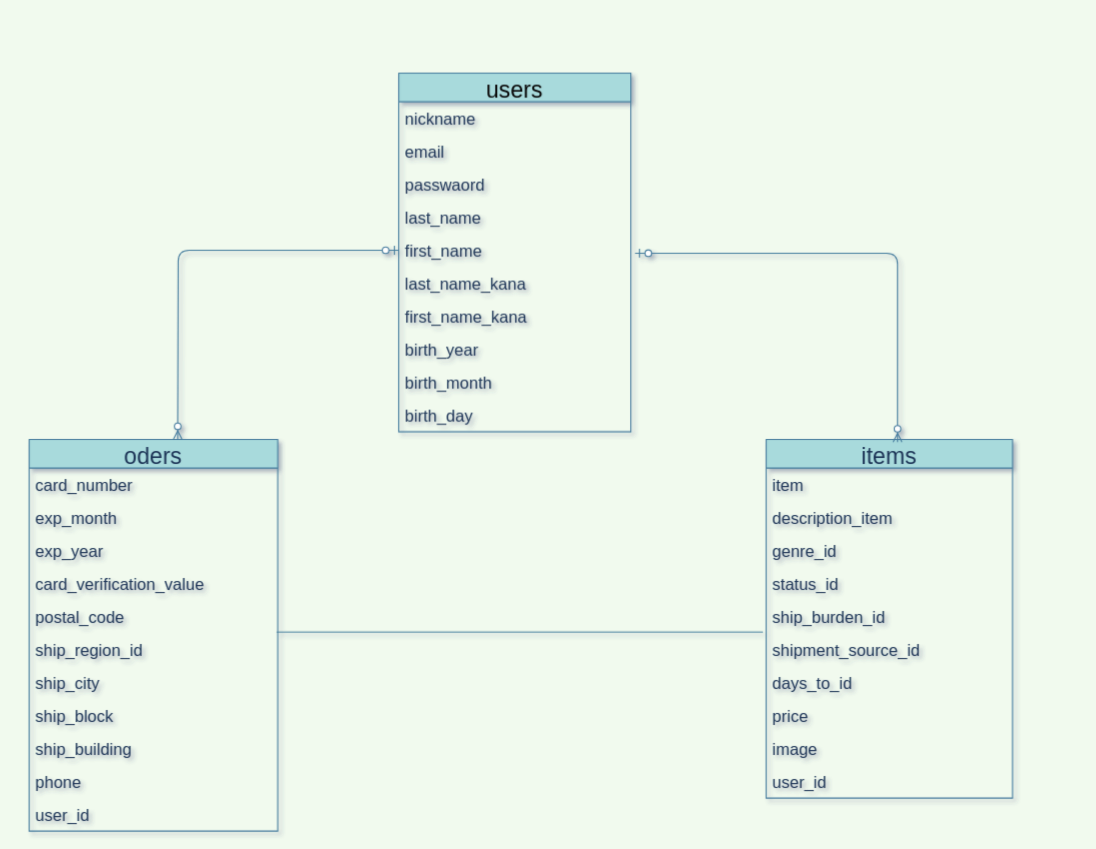
murasan1008/furima-30604 keeps this draw.io diagram as ER.dio. Above is the earlier version. Source tidied: cells renumbered, new cells numbered last; positions are measured from the earlier drawing's top-left corner, leaving out a move shared by most shapes. Both pictures are drawn from the tidied source at 110%, with x=0, y=0 at pixel (29, 73).
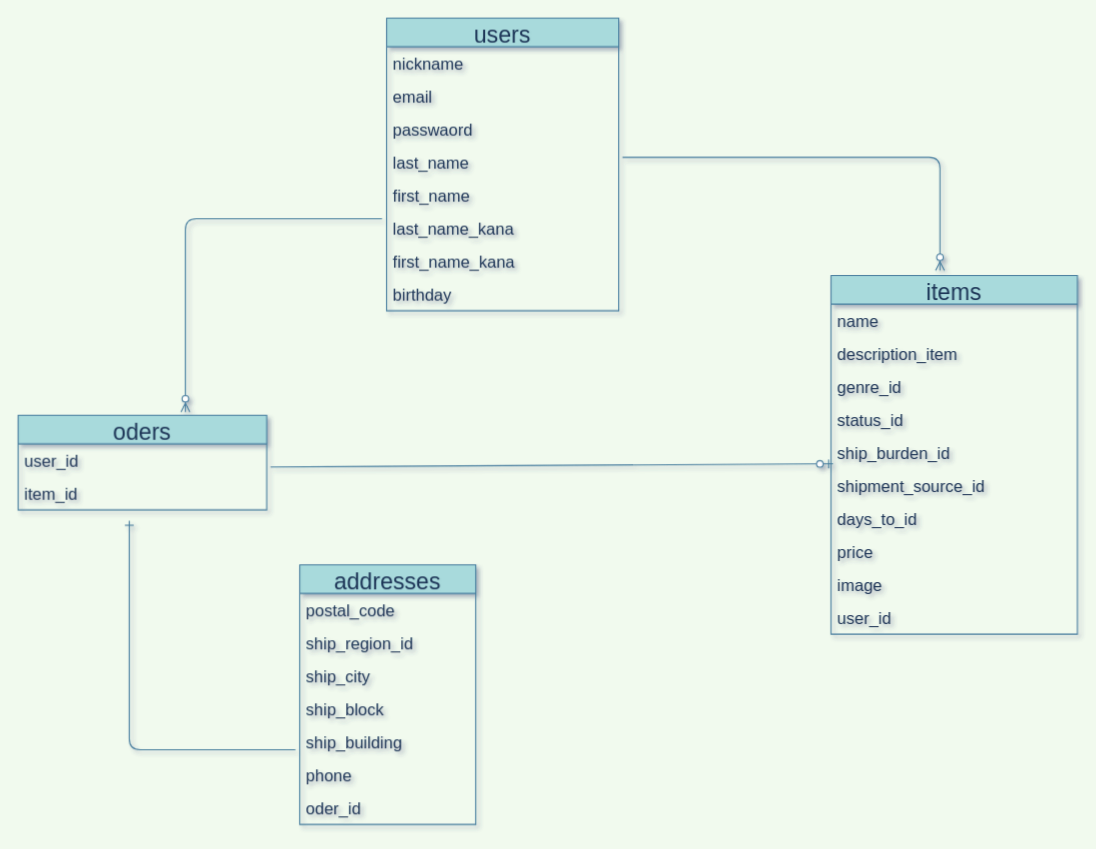
The same diagram, later.

Commit message (it also covers changes not shown here):
ER図、REREADME修正

Unchanged cells that the change refers to:
```xml
<mxCell id="6" value="last_name" style="text;strokeColor=none;fillColor=none;spacingLeft=4;spacingRight=4;overflow=hidden;points=[[0,0.5],[1,0.5]];portConstraint=eastwest;fontSize=15;fontColor=#1D3557;" parent="2" vertex="1">
  <mxGeometry y="116" width="211" height="30" as="geometry" />
</mxCell>
<mxCell id="7" value="first_name" style="text;strokeColor=none;fillColor=none;spacingLeft=4;spacingRight=4;overflow=hidden;points=[[0,0.5],[1,0.5]];portConstraint=eastwest;fontSize=15;fontColor=#1D3557;" parent="2" vertex="1">
  <mxGeometry y="146" width="211" height="30" as="geometry" />
</mxCell>
<mxCell id="8" value="last_name_kana" style="text;strokeColor=none;fillColor=none;spacingLeft=4;spacingRight=4;overflow=hidden;points=[[0,0.5],[1,0.5]];portConstraint=eastwest;fontSize=15;fontColor=#1D3557;" parent="2" vertex="1">
  <mxGeometry y="176" width="211" height="30" as="geometry" />
</mxCell>
<mxCell id="30" value="ship_burden_id" style="text;strokeColor=none;fillColor=none;spacingLeft=4;spacingRight=4;overflow=hidden;points=[[0,0.5],[1,0.5]];portConstraint=eastwest;fontSize=15;fontColor=#1D3557;" parent="25" vertex="1">
  <mxGeometry y="146" width="224" height="30" as="geometry" />
</mxCell>
```

What changed in the source:
```diff
@@
-    <mxCell id="2" value="users" style="swimlane;fontStyle=0;horizontal=1;startSize=26;align=center;fontSize=21;fillColor=#A8DADC;strokeColor=#457B9D;fontColor=#080808;labelBackgroundColor=none;labelBorderColor=none;" parent="1" vertex="1">
-      <mxGeometry x="336" width="211" height="326" as="geometry" />
+    <mxCell id="2" value="users" style="swimlane;fontStyle=0;horizontal=1;startSize=26;align=center;fontSize=21;fillColor=#A8DADC;strokeColor=#457B9D;fontColor=#1D3557;labelBackgroundColor=none;labelBorderColor=none;" parent="1" vertex="1">
+      <mxGeometry x="325" y="-50" width="211" height="266" as="geometry" />
     </mxCell>
@@
-    <mxCell id="10" value="birth_year" style="text;strokeColor=none;fillColor=none;spacingLeft=4;spacingRight=4;overflow=hidden;fontSize=15;fontColor=#1D3557;" parent="2" vertex="1">
+    <mxCell id="10" value="birthday" style="text;strokeColor=none;fillColor=none;spacingLeft=4;spacingRight=4;overflow=hidden;fontSize=15;fontColor=#1D3557;" parent="2" vertex="1">
       <mxGeometry y="236" width="211" height="30" as="geometry" />
     </mxCell>
-    <mxCell id="11" value="birth_month" style="text;strokeColor=none;fillColor=none;spacingLeft=4;spacingRight=4;overflow=hidden;fontSize=15;fontColor=#1D3557;" parent="2" vertex="1">
-      <mxGeometry y="266" width="211" height="30" as="geometry" />
-    </mxCell>
-    <mxCell id="12" value="birth_day" style="text;strokeColor=none;fillColor=none;spacingLeft=4;spacingRight=4;overflow=hidden;fontSize=15;fontColor=#1D3557;" parent="2" vertex="1">
-      <mxGeometry y="296" width="211" height="30" as="geometry" />
-    </mxCell>
-    <mxCell id="13" value="oders" style="swimlane;fontStyle=0;horizontal=1;startSize=26;align=center;fontSize=21;fillColor=#A8DADC;strokeColor=#457B9D;fontColor=#1D3557;" parent="1" vertex="1">
-      <mxGeometry y="333" width="226" height="356" as="geometry" />
-    </mxCell>
-    <mxCell id="14" value="card_number" style="text;strokeColor=none;fillColor=none;spacingLeft=4;spacingRight=4;overflow=hidden;fontSize=15;fontColor=#1D3557;" parent="13" vertex="1">
-      <mxGeometry y="26" width="226" height="30" as="geometry" />
-    </mxCell>
-    <mxCell id="15" value="exp_month" style="text;strokeColor=none;fillColor=none;spacingLeft=4;spacingRight=4;overflow=hidden;fontSize=15;fontColor=#1D3557;" parent="13" vertex="1">
-      <mxGeometry y="56" width="226" height="30" as="geometry" />
-    </mxCell>
-    <mxCell id="16" value="exp_year" style="text;strokeColor=none;fillColor=none;spacingLeft=4;spacingRight=4;overflow=hidden;fontSize=15;fontColor=#1D3557;" parent="13" vertex="1">
-      <mxGeometry y="86" width="226" height="30" as="geometry" />
-    </mxCell>
-    <mxCell id="17" value="card_verification_value" style="text;strokeColor=none;fillColor=none;spacingLeft=4;spacingRight=4;overflow=hidden;fontSize=15;fontColor=#1D3557;" parent="13" vertex="1">
-      <mxGeometry y="116" width="226" height="30" as="geometry" />
-    </mxCell>
-    <mxCell id="18" value="postal_code" style="text;strokeColor=none;fillColor=none;spacingLeft=4;spacingRight=4;overflow=hidden;fontSize=15;fontColor=#1D3557;" parent="13" vertex="1">
-      <mxGeometry y="146" width="226" height="30" as="geometry" />
-    </mxCell>
-    <mxCell id="19" value="ship_region_id" style="text;strokeColor=none;fillColor=none;spacingLeft=4;spacingRight=4;overflow=hidden;fontSize=15;fontColor=#1D3557;" parent="13" vertex="1">
-      <mxGeometry y="176" width="226" height="30" as="geometry" />
-    </mxCell>
-    <mxCell id="20" value="ship_city" style="text;strokeColor=none;fillColor=none;spacingLeft=4;spacingRight=4;overflow=hidden;fontSize=15;fontColor=#1D3557;" parent="13" vertex="1">
-      <mxGeometry y="206" width="226" height="30" as="geometry" />
-    </mxCell>
-    <mxCell id="21" value="ship_block" style="text;strokeColor=none;fillColor=none;spacingLeft=4;spacingRight=4;overflow=hidden;fontSize=15;fontColor=#1D3557;" parent="13" vertex="1">
-      <mxGeometry y="236" width="226" height="30" as="geometry" />
-    </mxCell>
-    <mxCell id="22" value="ship_building" style="text;strokeColor=none;fillColor=none;spacingLeft=4;spacingRight=4;overflow=hidden;points=[[0,0.5],[1,0.5]];portConstraint=eastwest;fontSize=15;fontColor=#1D3557;" parent="13" vertex="1">
-      <mxGeometry y="266" width="226" height="30" as="geometry" />
-    </mxCell>
-    <mxCell id="23" value="phone" style="text;strokeColor=none;fillColor=none;spacingLeft=4;spacingRight=4;overflow=hidden;fontSize=15;fontColor=#1D3557;" parent="13" vertex="1">
-      <mxGeometry y="296" width="226" height="30" as="geometry" />
-    </mxCell>
-    <mxCell id="24" value="user_id" style="text;strokeColor=none;fillColor=none;spacingLeft=4;spacingRight=4;overflow=hidden;points=[[0,0.5],[1,0.5]];portConstraint=eastwest;fontSize=15;fontColor=#1D3557;" parent="13" vertex="1">
-      <mxGeometry y="326" width="226" height="30" as="geometry" />
-    </mxCell>
     <mxCell id="25" value="items" style="swimlane;fontStyle=0;horizontal=1;startSize=26;align=center;fontSize=21;fillColor=#A8DADC;strokeColor=#457B9D;fontColor=#1D3557;" parent="1" vertex="1">
-      <mxGeometry x="670" y="333" width="224" height="326" as="geometry" />
+      <mxGeometry x="729" y="184" width="224" height="326" as="geometry" />
     </mxCell>
-    <mxCell id="26" value="item" style="text;strokeColor=none;fillColor=none;spacingLeft=4;spacingRight=4;overflow=hidden;fontSize=15;fontColor=#1D3557;" parent="25" vertex="1">
+    <mxCell id="26" value="name" style="text;strokeColor=none;fillColor=none;spacingLeft=4;spacingRight=4;overflow=hidden;fontSize=15;fontColor=#1D3557;" parent="25" vertex="1">
       <mxGeometry y="26" width="224" height="30" as="geometry" />
     </mxCell>
@@
-    <mxCell id="36" style="edgeStyle=orthogonalEdgeStyle;fontSize=12;html=1;endArrow=ERzeroToMany;startArrow=ERzeroToOne;strokeColor=#457B9D;fillColor=#A8DADC;" parent="1" edge="1" source="7">
-      <mxGeometry relative="1" as="geometry">
-        <mxPoint x="135" y="333" as="targetPoint" />
-      </mxGeometry>
-    </mxCell>
-    <mxCell id="37" style="edgeStyle=orthogonalEdgeStyle;fontSize=12;html=1;endArrow=ERzeroToMany;startArrow=ERzeroToOne;strokeColor=#457B9D;fillColor=#A8DADC;exitX=1.018;exitY=0.59;exitDx=0;exitDy=0;exitPerimeter=0;entryX=0.533;entryY=0.007;entryDx=0;entryDy=0;entryPerimeter=0;" parent="1" edge="1" source="7" target="25">
-      <mxGeometry relative="1" as="geometry" />
-    </mxCell>
-    <mxCell id="38" style="endArrow=none;html=1;rounded=0;strokeColor=#457B9D;fillColor=#A8DADC;fontSize=12;fontColor=#080808;" parent="1" edge="1">
-      <mxGeometry relative="1" as="geometry">
-        <mxPoint x="225" y="508" as="sourcePoint" />
-        <mxPoint x="667" y="508" as="targetPoint" />
-      </mxGeometry>
+    <mxCell id="38" value="addresses" style="swimlane;fontStyle=0;horizontal=1;startSize=26;align=center;fontSize=21;fillColor=#A8DADC;strokeColor=#457B9D;fontColor=#1D3557;" parent="1" vertex="1">
+      <mxGeometry x="246" y="447" width="160" height="236" as="geometry" />
     </mxCell>
+    <mxCell id="18" value="postal_code" style="text;strokeColor=none;fillColor=none;spacingLeft=4;spacingRight=4;overflow=hidden;fontSize=15;fontColor=#1D3557;" parent="38" vertex="1">
+      <mxGeometry y="26" width="160" height="30" as="geometry" />
+    </mxCell>
+    <mxCell id="19" value="ship_region_id" style="text;strokeColor=none;fillColor=none;spacingLeft=4;spacingRight=4;overflow=hidden;fontSize=15;fontColor=#1D3557;" parent="38" vertex="1">
+      <mxGeometry y="56" width="160" height="30" as="geometry" />
+    </mxCell>
+    <mxCell id="20" value="ship_city" style="text;strokeColor=none;fillColor=none;spacingLeft=4;spacingRight=4;overflow=hidden;fontSize=15;fontColor=#1D3557;" parent="38" vertex="1">
+      <mxGeometry y="86" width="160" height="30" as="geometry" />
+    </mxCell>
+    <mxCell id="21" value="ship_block" style="text;strokeColor=none;fillColor=none;spacingLeft=4;spacingRight=4;overflow=hidden;fontSize=15;fontColor=#1D3557;" parent="38" vertex="1">
+      <mxGeometry y="116" width="160" height="30" as="geometry" />
+    </mxCell>
+    <mxCell id="22" value="ship_building" style="text;strokeColor=none;fillColor=none;spacingLeft=4;spacingRight=4;overflow=hidden;points=[[0,0.5],[1,0.5]];portConstraint=eastwest;fontSize=15;fontColor=#1D3557;" parent="38" vertex="1">
+      <mxGeometry y="146" width="160" height="30" as="geometry" />
+    </mxCell>
+    <mxCell id="23" value="phone" style="text;strokeColor=none;fillColor=none;spacingLeft=4;spacingRight=4;overflow=hidden;fontSize=15;fontColor=#1D3557;" parent="38" vertex="1">
+      <mxGeometry y="176" width="160" height="30" as="geometry" />
+    </mxCell>
+    <mxCell id="39" value="oder_id" style="text;strokeColor=none;fillColor=none;spacingLeft=4;spacingRight=4;overflow=hidden;fontSize=15;fontColor=#1D3557;" parent="38" vertex="1">
+      <mxGeometry y="206" width="160" height="30" as="geometry" />
+    </mxCell>
+    <mxCell id="13" value="oders" style="swimlane;fontStyle=0;horizontal=1;startSize=26;align=center;fontSize=21;fillColor=#A8DADC;strokeColor=#457B9D;fontColor=#1D3557;" parent="1" vertex="1">
+      <mxGeometry x="-10" y="311" width="226" height="86" as="geometry" />
+    </mxCell>
+    <mxCell id="24" value="user_id" style="text;strokeColor=none;fillColor=none;spacingLeft=4;spacingRight=4;overflow=hidden;points=[[0,0.5],[1,0.5]];portConstraint=eastwest;fontSize=15;fontColor=#1D3557;" parent="13" vertex="1">
+      <mxGeometry y="26" width="226" height="30" as="geometry" />
+    </mxCell>
+    <mxCell id="40" value="item_id" style="text;strokeColor=none;fillColor=none;spacingLeft=4;spacingRight=4;overflow=hidden;fontSize=15;fontColor=#1D3557;" parent="13" vertex="1">
+      <mxGeometry y="56" width="226" height="30" as="geometry" />
+    </mxCell>
+    <mxCell id="41" style="edgeStyle=orthogonalEdgeStyle;fontSize=12;html=1;endArrow=ERone;endFill=1;strokeColor=#457B9D;fillColor=#A8DADC;exitX=-0.025;exitY=0.738;exitDx=0;exitDy=0;exitPerimeter=0;" parent="1" edge="1" source="22">
+      <mxGeometry relative="1" as="geometry">
+        <mxPoint x="91" y="407" as="targetPoint" />
+        <Array as="points">
+          <mxPoint x="91" y="615" />
+        </Array>
+      </mxGeometry>
+    </mxCell>
+    <mxCell id="42" style="edgeStyle=orthogonalEdgeStyle;fontSize=12;html=1;endArrow=ERzeroToMany;endFill=1;strokeColor=#457B9D;fillColor=#A8DADC;exitX=1.016;exitY=0.352;exitDx=0;exitDy=0;exitPerimeter=0;entryX=0.442;entryY=-0.014;entryDx=0;entryDy=0;entryPerimeter=0;" parent="1" edge="1" source="6" target="25">
+      <mxGeometry relative="1" as="geometry" />
+    </mxCell>
+    <mxCell id="43" style="fontSize=12;html=1;endArrow=ERzeroToOne;endFill=1;strokeColor=#457B9D;fillColor=#A8DADC;exitX=1.015;exitY=0.7;exitDx=0;exitDy=0;exitPerimeter=0;entryX=0.008;entryY=0.838;entryDx=0;entryDy=0;entryPerimeter=0;" parent="1" edge="1" source="24" target="30">
+      <mxGeometry relative="1" as="geometry" />
+    </mxCell>
+    <mxCell id="44" style="fontSize=12;html=1;endArrow=ERzeroToMany;endFill=1;strokeColor=#457B9D;fillColor=#A8DADC;edgeStyle=elbowEdgeStyle;exitX=-0.02;exitY=0.21;exitDx=0;exitDy=0;exitPerimeter=0;" parent="1" edge="1" source="8">
+      <mxGeometry relative="1" as="geometry">
+        <mxPoint x="142" y="308" as="targetPoint" />
+        <Array as="points">
+          <mxPoint x="142" y="208" />
+          <mxPoint x="142" y="141" />
+        </Array>
+      </mxGeometry>
+    </mxCell>
```
